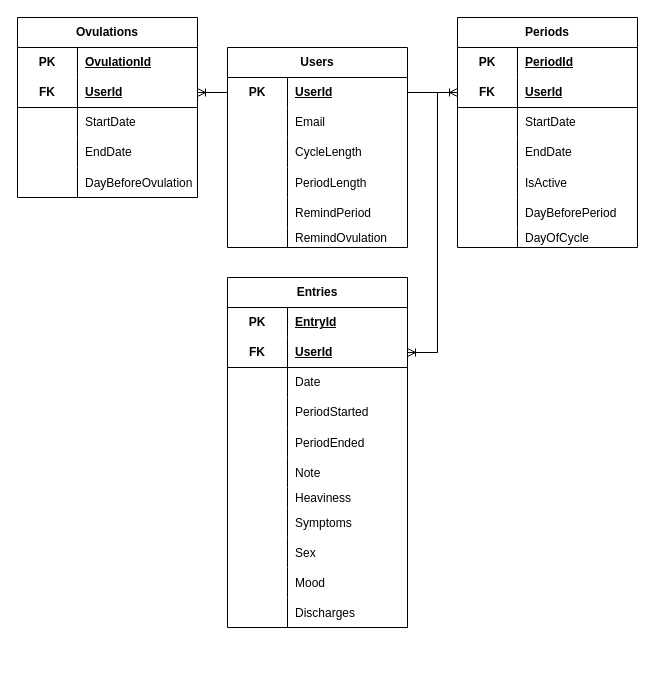
Earlier version of the draw.io diagram Диаграмма без названия.drawio (HerzenStudents-ITxD/cycle-app-backend-2025s). Source tidied: cells renumbered, new cells numbered last; positions are measured from the earlier drawing's top-left corner, leaving out a move shared by most shapes. Both pictures are drawn from the tidied source at 100%, with x=0, y=0 at pixel (17, 17).
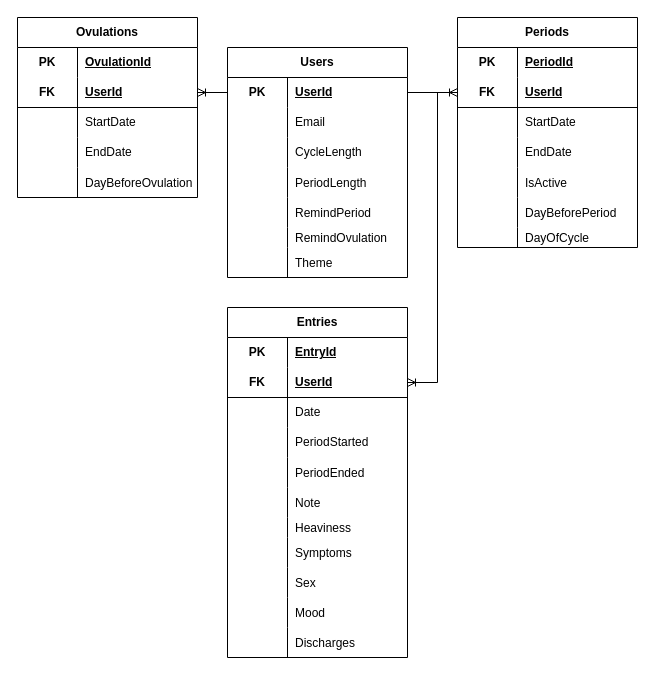
Above is the later version.

Change to the diagram source:
```diff
@@
     <mxCell id="2" value="Users" style="shape=table;startSize=30;childLayout=tableLayout;rowLines=0;fontStyle=1;align=center;html=1;whiteSpace=wrap;" parent="1" vertex="1">
-      <mxGeometry x="210" y="30" width="180" height="200" as="geometry" />
+      <mxGeometry x="210" y="30" width="180" height="230" as="geometry" />
     </mxCell>
@@
+    <mxCell id="96" style="shape=tableRow;horizontal=0;startSize=0;swimlaneHead=0;swimlaneBody=0;fillColor=none;top=0;left=0;right=0;bottom=0;" parent="2" vertex="1">
+      <mxGeometry y="200" width="180" height="30" as="geometry" />
+    </mxCell>
+    <mxCell id="97" style="shape=partialRectangle;fillColor=none;top=0;left=0;bottom=0;right=0;overflow=hidden;" parent="96" vertex="1">
+      <mxGeometry width="60" height="30" as="geometry" />
+    </mxCell>
+    <mxCell id="98" value="Theme" style="shape=partialRectangle;fillColor=none;top=0;left=0;bottom=0;right=0;align=left;spacingLeft=6;overflow=hidden;" parent="96" vertex="1">
+      <mxGeometry x="60" width="120" height="30" as="geometry" />
+    </mxCell>
@@
     <mxCell id="43" value="Entries" style="shape=table;startSize=30;childLayout=tableLayout;rowLines=0;fontStyle=1;align=center;html=1;whiteSpace=wrap;" parent="1" vertex="1">
-      <mxGeometry x="210" y="260" width="180" height="350" as="geometry" />
+      <mxGeometry x="210" y="290" width="180" height="350" as="geometry" />
     </mxCell>
```
